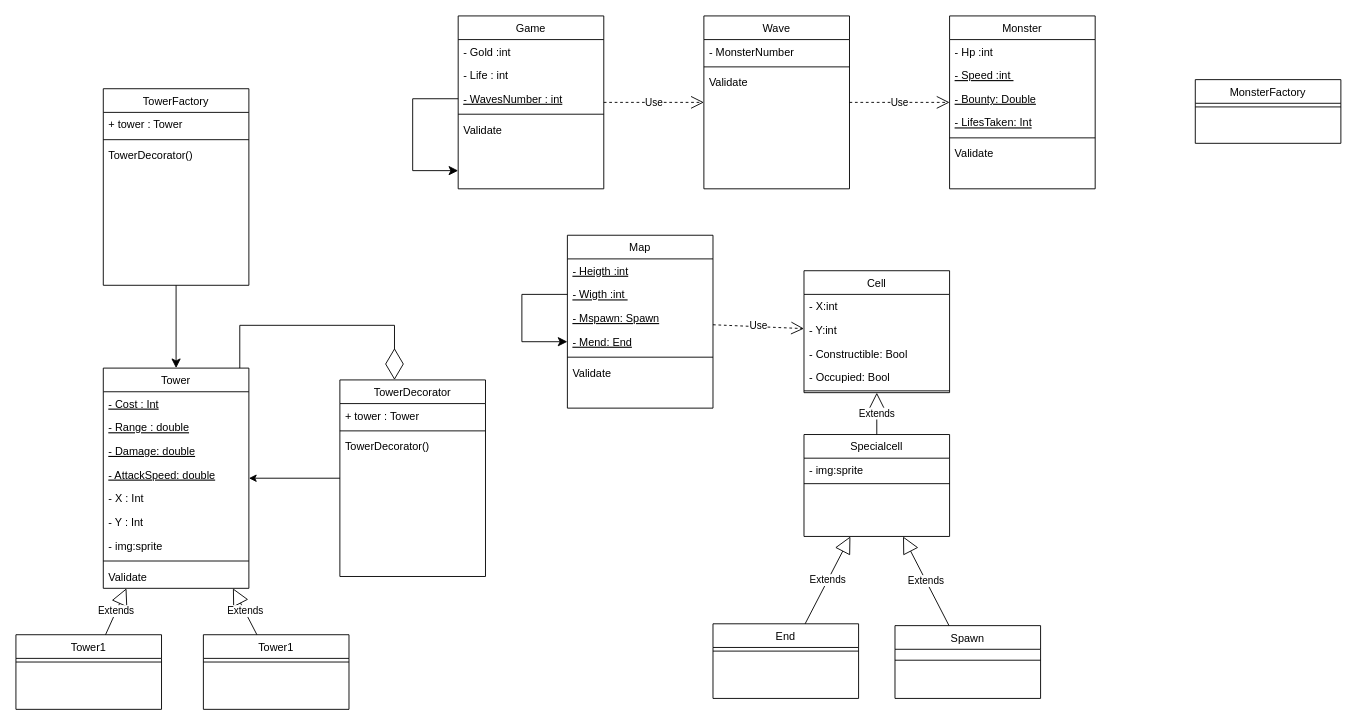
The draw.io diagram Diagram-class.drawio in AlexandreBrand/NFE103-BTD7, before the edit. Source tidied: cells renumbered, new cells numbered last; positions are measured from the earlier drawing's top-left corner, leaving out a move shared by most shapes. Both pictures are drawn from the tidied source at 91%, with x=0, y=0 at pixel (15, 15).
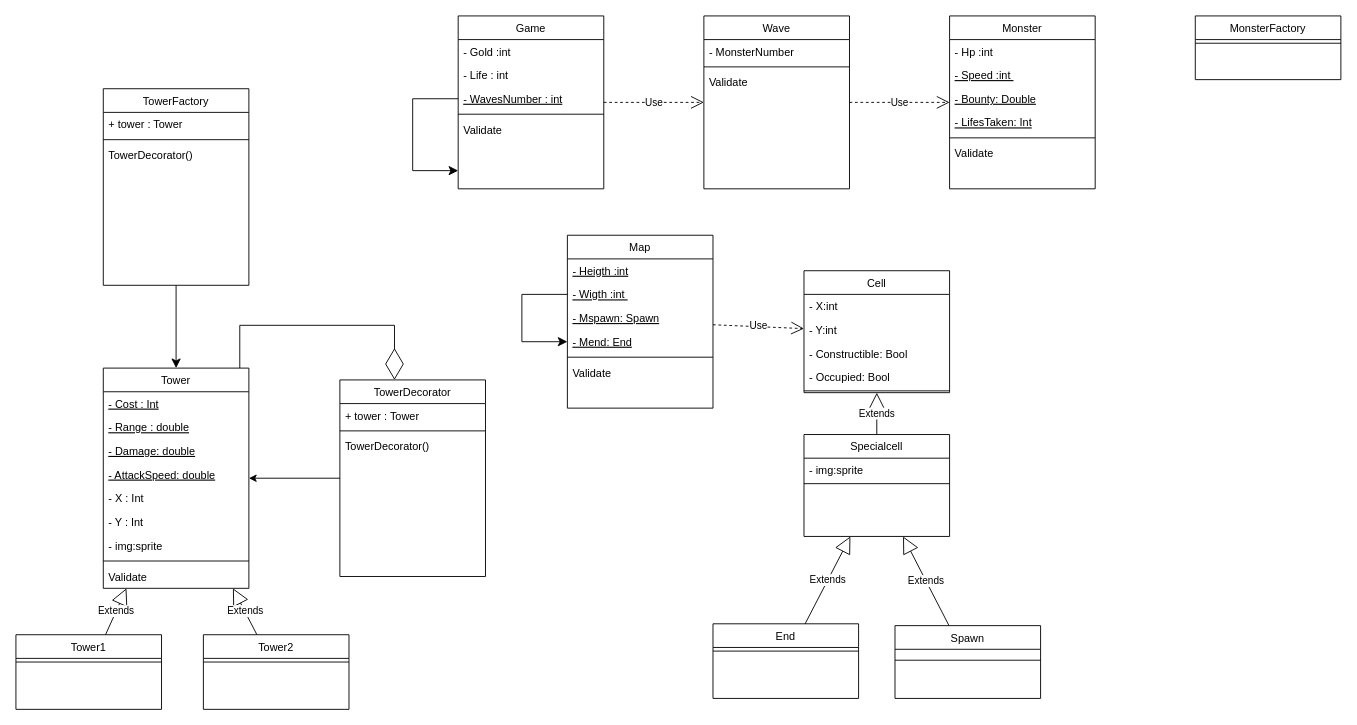
Above is the later version.

Commit message (it also covers changes not shown here):
modify diagram class

Diff of the diagram source:
```diff
@@
     <mxCell id="20" value="MonsterFactory" style="swimlane;fontStyle=0;align=center;verticalAlign=top;horizontal=1;startSize=26;rounded=0;shadow=0;strokeWidth=1;" parent="1" vertex="1">
-      <mxGeometry x="1296" y="70" width="160" height="70" as="geometry" />
+      <mxGeometry x="1296" width="160" height="70" as="geometry" />
     </mxCell>
@@
-    <mxCell id="68" value="Tower1" style="swimlane;fontStyle=0;align=center;verticalAlign=top;horizontal=1;startSize=26;rounded=0;shadow=0;strokeWidth=1;" parent="1" vertex="1">
+    <mxCell id="68" value="Tower2" style="swimlane;fontStyle=0;align=center;verticalAlign=top;horizontal=1;startSize=26;rounded=0;shadow=0;strokeWidth=1;" parent="1" vertex="1">
       <mxGeometry x="206" y="680" width="160" height="82" as="geometry" />
     </mxCell>
```
